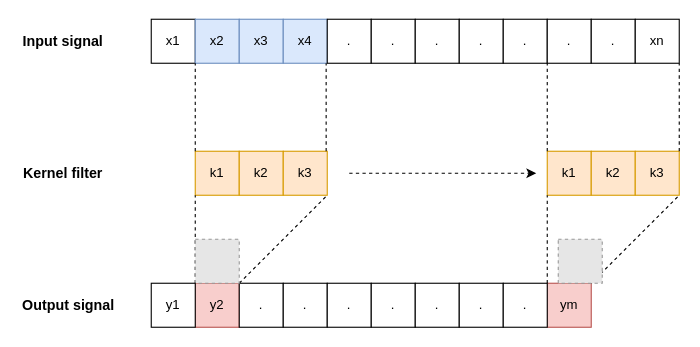
Before: documentation/Thesis/drawio/Convolution.drawio in cedricmendelin/master-thesis, a draw.io diagram. Source tidied: cells renumbered, new cells numbered last; positions are measured from the earlier drawing's top-left corner, leaving out a move shared by most shapes. Both pictures are drawn from the tidied source at 110%, with x=0, y=0 at pixel (19, 19). Pictures stored in the file or linked from it are replaced by grey dashed boxes.
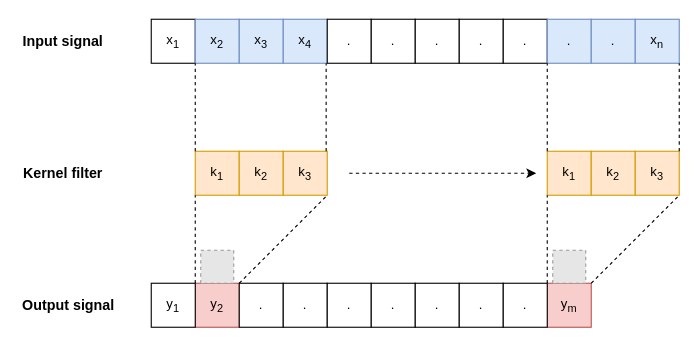
After the change.

What changed in the source:
```diff
@@
-    <mxCell id="2" value="x1" style="whiteSpace=wrap;html=1;" parent="1" vertex="1">
+    <mxCell id="2" value="x&lt;sub&gt;1&lt;/sub&gt;" style="whiteSpace=wrap;html=1;" parent="1" vertex="1">
       <mxGeometry x="120" width="40" height="40" as="geometry" />
     </mxCell>
-    <mxCell id="3" value="x2" style="whiteSpace=wrap;html=1;fillColor=#dae8fc;strokeColor=#6c8ebf;" parent="1" vertex="1">
+    <mxCell id="3" value="x&lt;sub&gt;2&lt;/sub&gt;" style="whiteSpace=wrap;html=1;fillColor=#dae8fc;strokeColor=#6c8ebf;" parent="1" vertex="1">
       <mxGeometry x="160" width="40" height="40" as="geometry" />
     </mxCell>
-    <mxCell id="4" value="x3" style="whiteSpace=wrap;html=1;fillColor=#dae8fc;strokeColor=#6c8ebf;" parent="1" vertex="1">
+    <mxCell id="4" value="x&lt;sub&gt;3&lt;/sub&gt;" style="whiteSpace=wrap;html=1;fillColor=#dae8fc;strokeColor=#6c8ebf;" parent="1" vertex="1">
       <mxGeometry x="200" width="40" height="40" as="geometry" />
     </mxCell>
-    <mxCell id="5" value="x4" style="whiteSpace=wrap;html=1;fillColor=#dae8fc;strokeColor=#6c8ebf;" parent="1" vertex="1">
+    <mxCell id="5" value="x&lt;sub&gt;4&lt;/sub&gt;" style="whiteSpace=wrap;html=1;fillColor=#dae8fc;strokeColor=#6c8ebf;" parent="1" vertex="1">
       <mxGeometry x="240" width="40" height="40" as="geometry" />
     </mxCell>
@@
-    <mxCell id="11" value="." style="whiteSpace=wrap;html=1;" parent="1" vertex="1">
+    <mxCell id="11" value="." style="whiteSpace=wrap;html=1;fillColor=#dae8fc;strokeColor=#6c8ebf;" parent="1" vertex="1">
       <mxGeometry x="480" width="40" height="40" as="geometry" />
     </mxCell>
-    <mxCell id="12" value="." style="whiteSpace=wrap;html=1;" parent="1" vertex="1">
+    <mxCell id="12" value="." style="whiteSpace=wrap;html=1;fillColor=#dae8fc;strokeColor=#6c8ebf;" parent="1" vertex="1">
       <mxGeometry x="520" width="40" height="40" as="geometry" />
     </mxCell>
-    <mxCell id="13" value="xn" style="whiteSpace=wrap;html=1;" parent="1" vertex="1">
+    <mxCell id="13" value="x&lt;sub&gt;n&lt;/sub&gt;" style="whiteSpace=wrap;html=1;fillColor=#dae8fc;strokeColor=#6c8ebf;" parent="1" vertex="1">
       <mxGeometry x="560" width="40" height="40" as="geometry" />
     </mxCell>
@@
-    <mxCell id="15" value="k1" style="whiteSpace=wrap;html=1;fillColor=#ffe6cc;strokeColor=#d79b00;" parent="1" vertex="1">
+    <mxCell id="15" value="k&lt;sub&gt;1&lt;/sub&gt;" style="whiteSpace=wrap;html=1;fillColor=#ffe6cc;strokeColor=#d79b00;" parent="1" vertex="1">
       <mxGeometry x="160" y="120" width="40" height="40" as="geometry" />
     </mxCell>
-    <mxCell id="16" value="k2" style="whiteSpace=wrap;html=1;fillColor=#ffe6cc;strokeColor=#d79b00;" parent="1" vertex="1">
+    <mxCell id="16" value="k&lt;sub&gt;2&lt;/sub&gt;" style="whiteSpace=wrap;html=1;fillColor=#ffe6cc;strokeColor=#d79b00;" parent="1" vertex="1">
       <mxGeometry x="200" y="120" width="40" height="40" as="geometry" />
     </mxCell>
-    <mxCell id="17" value="k3" style="whiteSpace=wrap;html=1;fillColor=#ffe6cc;strokeColor=#d79b00;" parent="1" vertex="1">
+    <mxCell id="17" value="k&lt;sub&gt;3&lt;/sub&gt;" style="whiteSpace=wrap;html=1;fillColor=#ffe6cc;strokeColor=#d79b00;" parent="1" vertex="1">
       <mxGeometry x="240" y="120" width="40" height="40" as="geometry" />
     </mxCell>
-    <mxCell id="18" value="y2" style="whiteSpace=wrap;html=1;fillColor=#f8cecc;strokeColor=#b85450;" parent="1" vertex="1">
+    <mxCell id="18" value="y&lt;sub&gt;2&lt;/sub&gt;" style="whiteSpace=wrap;html=1;fillColor=#f8cecc;strokeColor=#b85450;" parent="1" vertex="1">
       <mxGeometry x="160" y="240" width="40" height="40" as="geometry" />
     </mxCell>
@@
     <mxCell id="30" style="fillColor=#E6E6E6;strokeColor=#999999;dashed=1;verticalLabelPosition=bottom;labelBackgroundColor=default;verticalAlign=top;" parent="1" vertex="1">
-      <mxGeometry x="160" y="200" width="40" height="40" as="geometry" />
+      <mxGeometry x="165" y="210" width="30" height="30" as="geometry" />
     </mxCell>
@@
-    <mxCell id="32" value="y1" style="whiteSpace=wrap;html=1;" parent="1" vertex="1">
+    <mxCell id="32" value="y&lt;sub&gt;1&lt;/sub&gt;" style="whiteSpace=wrap;html=1;" parent="1" vertex="1">
       <mxGeometry x="120" y="240" width="40" height="40" as="geometry" />
     </mxCell>
@@
-    <mxCell id="34" value="ym" style="whiteSpace=wrap;html=1;fillColor=#f8cecc;strokeColor=#b85450;" parent="1" vertex="1">
+    <mxCell id="34" value="y&lt;sub&gt;m&lt;/sub&gt;" style="whiteSpace=wrap;html=1;fillColor=#f8cecc;strokeColor=#b85450;" parent="1" vertex="1">
       <mxGeometry x="480" y="240" width="40" height="40" as="geometry" />
     </mxCell>
-    <mxCell id="35" value="k1" style="whiteSpace=wrap;html=1;fillColor=#ffe6cc;strokeColor=#d79b00;" parent="1" vertex="1">
+    <mxCell id="35" value="k&lt;sub&gt;1&lt;/sub&gt;" style="whiteSpace=wrap;html=1;fillColor=#ffe6cc;strokeColor=#d79b00;" parent="1" vertex="1">
       <mxGeometry x="480" y="120" width="40" height="40" as="geometry" />
     </mxCell>
-    <mxCell id="36" value="k2" style="whiteSpace=wrap;html=1;fillColor=#ffe6cc;strokeColor=#d79b00;" parent="1" vertex="1">
+    <mxCell id="36" value="k&lt;sub&gt;2&lt;/sub&gt;" style="whiteSpace=wrap;html=1;fillColor=#ffe6cc;strokeColor=#d79b00;" parent="1" vertex="1">
       <mxGeometry x="520" y="120" width="40" height="40" as="geometry" />
     </mxCell>
-    <mxCell id="37" value="k3" style="whiteSpace=wrap;html=1;fillColor=#ffe6cc;strokeColor=#d79b00;" parent="1" vertex="1">
+    <mxCell id="37" value="k&lt;sub&gt;3&lt;/sub&gt;" style="whiteSpace=wrap;html=1;fillColor=#ffe6cc;strokeColor=#d79b00;" parent="1" vertex="1">
       <mxGeometry x="560" y="120" width="40" height="40" as="geometry" />
     </mxCell>
@@
-    <mxCell id="42" style="fillColor=#E6E6E6;strokeColor=#999999;dashed=1;verticalLabelPosition=bottom;labelBackgroundColor=default;verticalAlign=top;" parent="1" vertex="1">
-      <mxGeometry x="490" y="200" width="40" height="40" as="geometry" />
-    </mxCell>
@@
+    <mxCell id="44" style="fillColor=#E6E6E6;strokeColor=#999999;dashed=1;verticalLabelPosition=bottom;labelBackgroundColor=default;verticalAlign=top;" parent="1" vertex="1">
+      <mxGeometry x="485" y="210" width="30" height="30" as="geometry" />
+    </mxCell>
```
